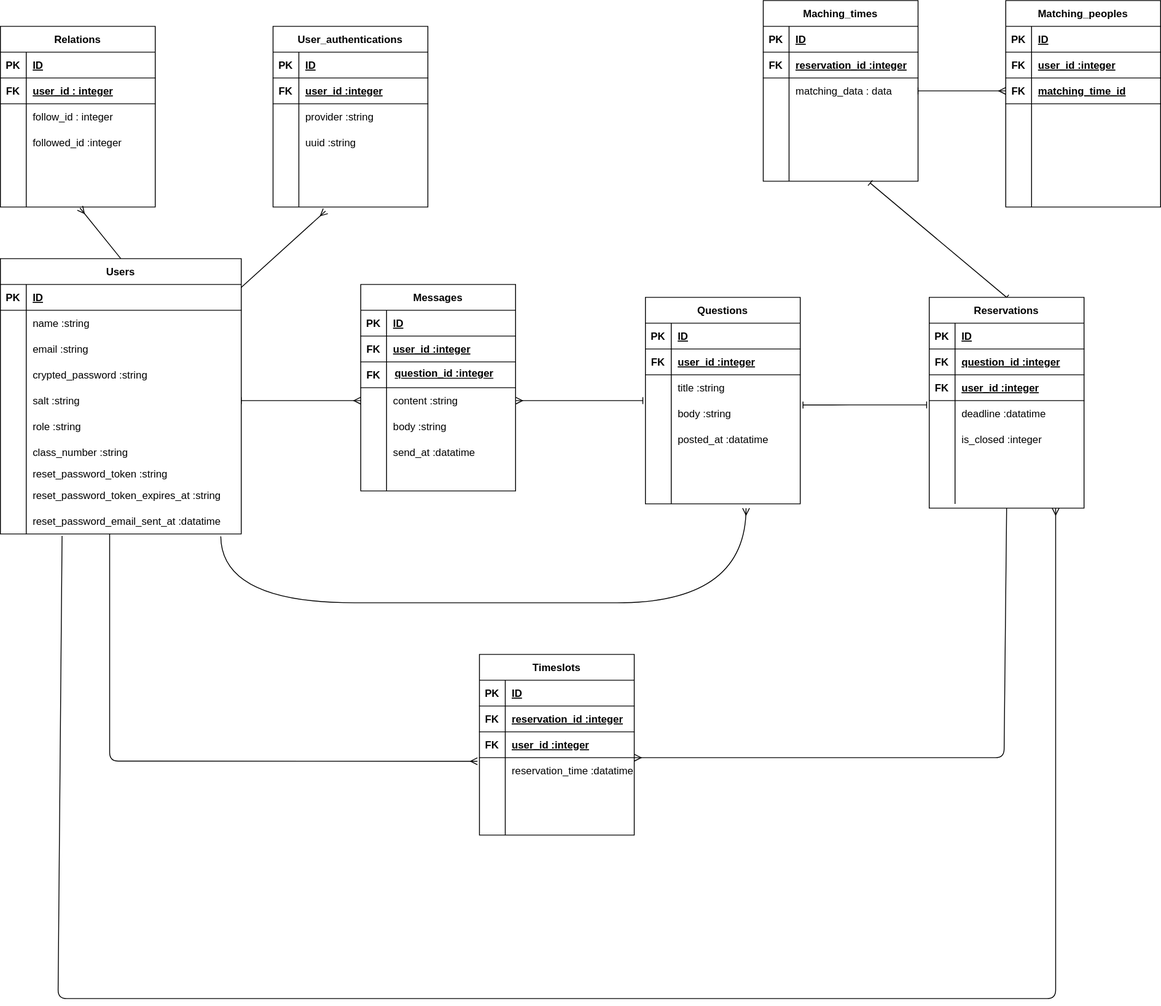
Before: link_discord.svg, a diagram exported from draw.io (ys1227/link_discord). Source tidied: cells renumbered, new cells last; positions are measured from the earlier drawing's top-left corner, leaving out a move shared by most shapes.
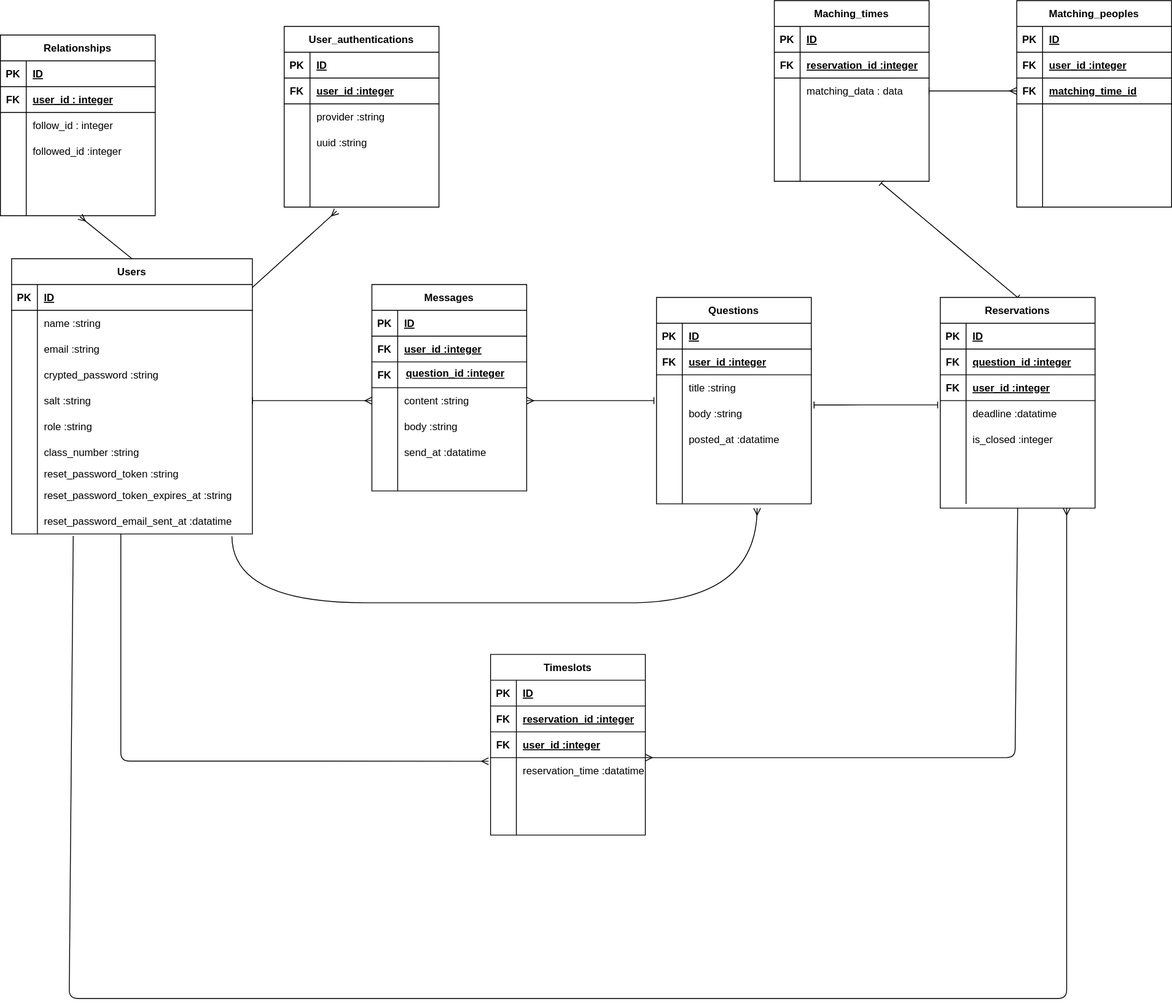
After the change.

Diff of the diagram source:
```diff
@@ -208,8 +208,8 @@
     <mxCell id="60" style="shape=partialRectangle;fillColor=none;top=0;left=0;bottom=0;right=0;align=left;spacingLeft=6;overflow=hidden;labelBackgroundColor=none;" parent="58" vertex="1">
       <mxGeometry x="30" width="150" height="30" as="geometry" />
     </mxCell>
-    <mxCell id="61" value="Relations" style="shape=table;startSize=30;rowLines=0;fontStyle=1;align=center;labelBackgroundColor=none;" parent="1" vertex="1">
-      <mxGeometry y="30" width="180" height="210" as="geometry" />
+    <mxCell id="61" value="Relationships" style="shape=table;startSize=30;rowLines=0;fontStyle=1;align=center;labelBackgroundColor=none;" parent="1" vertex="1">
+      <mxGeometry x="-13" y="40" width="180" height="210" as="geometry" />
     </mxCell>
     <mxCell id="62" style="shape=tableRow;horizontal=0;startSize=0;swimlaneHead=0;swimlaneBody=0;fillColor=none;top=0;left=0;right=0;bottom=1;labelBackgroundColor=none;" parent="61" vertex="1">
       <mxGeometry y="30" width="180" height="30" as="geometry" />
```
